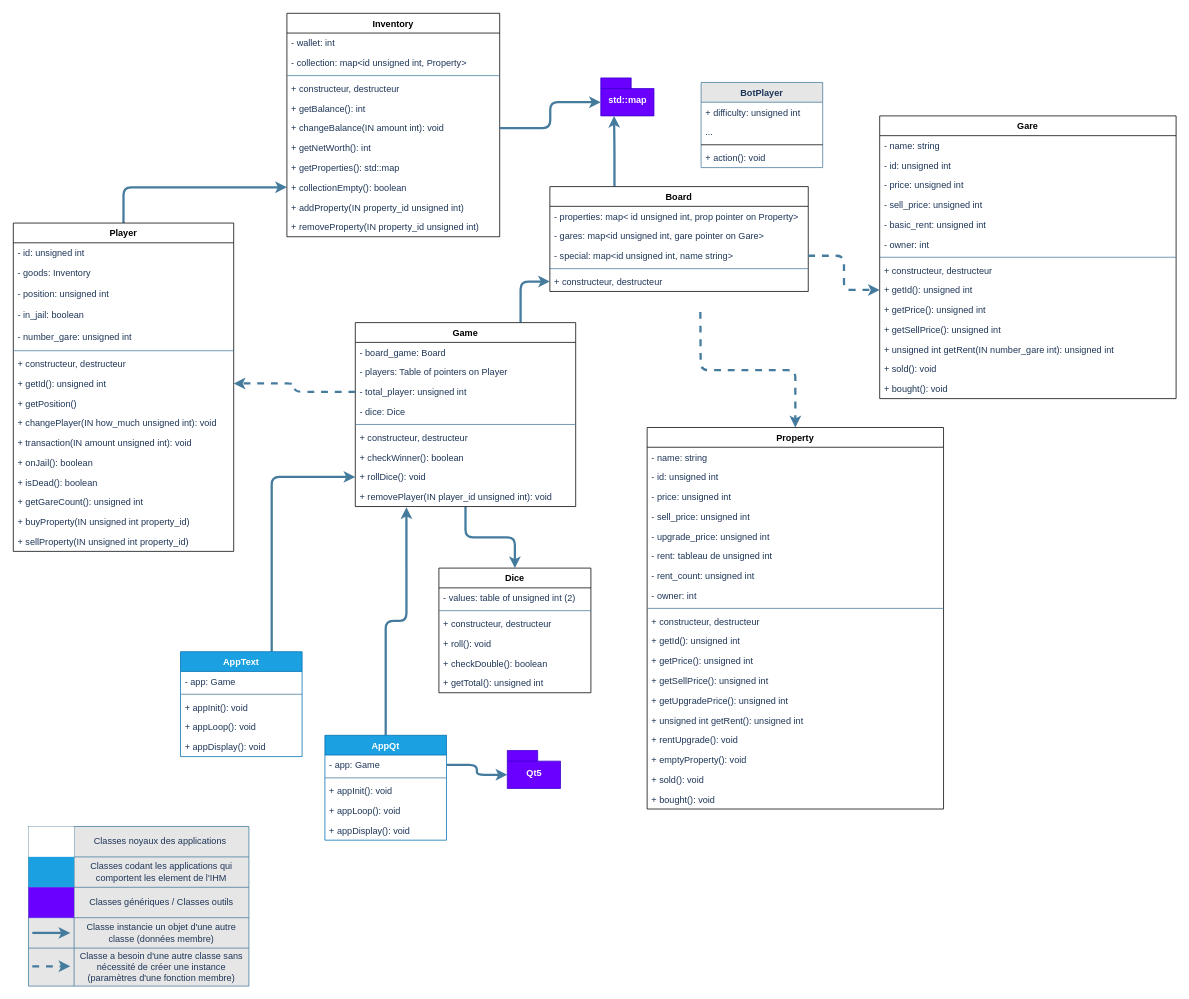
ethinot/Univopoly keeps this draw.io diagram as UML_Univopoly.drawio. Above is the earlier version. Source tidied: cells renumbered, new cells numbered last; positions are measured from the earlier drawing's top-left corner, leaving out a move shared by most shapes. Both pictures are drawn from the tidied source at 76%, with x=0, y=0 at pixel (13, 13).
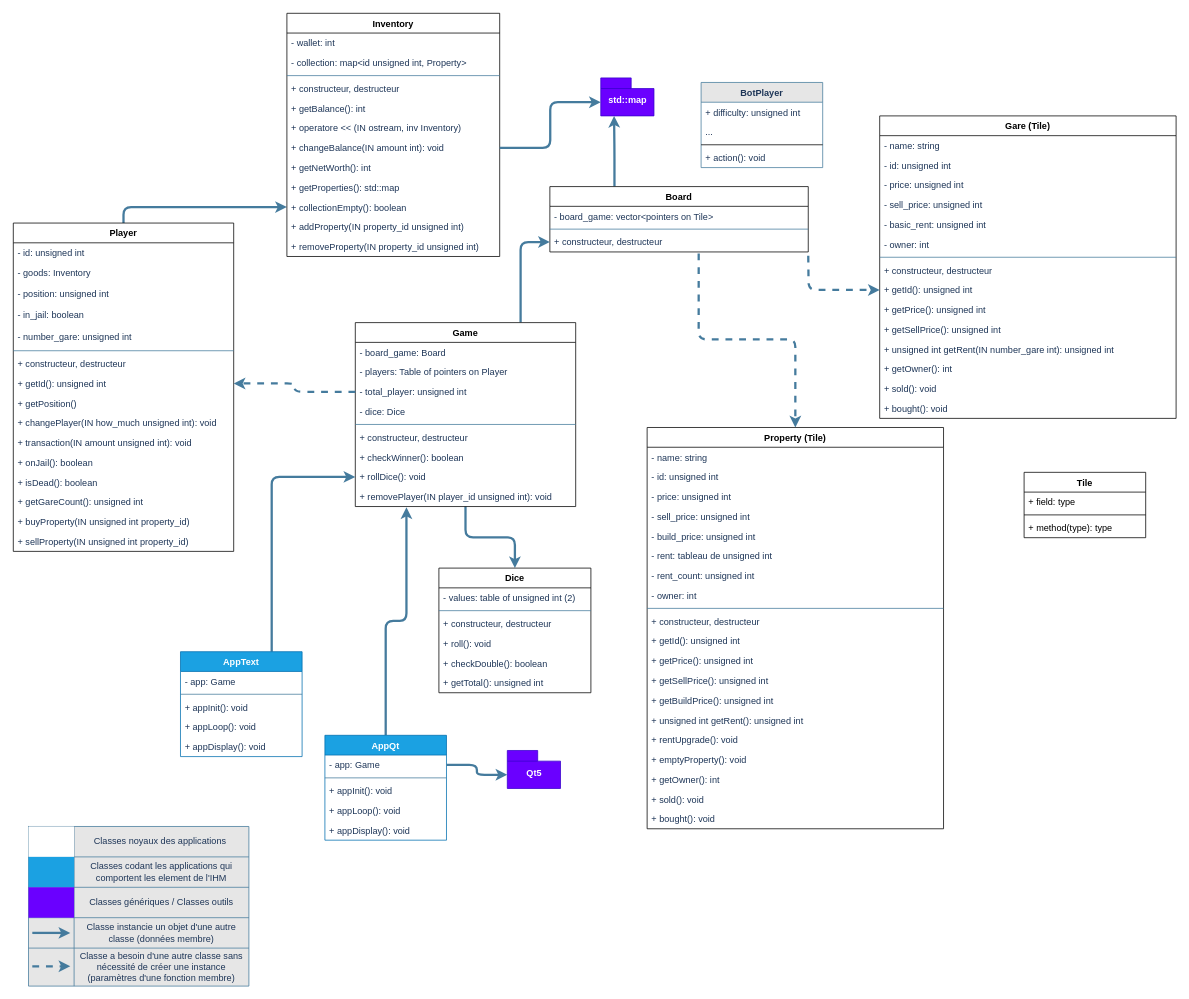
The same page after the edit.

Unchanged cells that the change refers to:
```xml
<mxCell id="129" value="+ getId(): unsigned int" style="text;strokeColor=none;fillColor=none;align=left;verticalAlign=top;spacingLeft=4;spacingRight=4;overflow=hidden;points=[[0,0.5],[1,0.5]];portConstraint=eastwest;fontColor=#1D3557;rounded=0;" parent="120" vertex="1">
  <mxGeometry y="216" width="390" height="26" as="geometry" />
</mxCell>
```

Change to the diagram source:
```diff
@@
     <mxCell id="20" value="Inventory" style="swimlane;fontStyle=1;align=center;verticalAlign=top;horizontal=1;startSize=26;rounded=0;" parent="1" vertex="1">
-      <mxGeometry x="360" width="280" height="294" as="geometry" />
+      <mxGeometry x="360" width="280" height="320" as="geometry" />
     </mxCell>
@@
+    <mxCell id="137" value="+ getBalance(): int" style="text;strokeColor=none;fillColor=none;align=left;verticalAlign=top;spacingLeft=4;spacingRight=4;overflow=hidden;fontColor=#1D3557;rounded=0;" parent="20" vertex="1">
+      <mxGeometry y="112" width="280" height="26" as="geometry" />
+    </mxCell>
-    <mxCell id="25" value="+ getBalance(): int" style="text;strokeColor=none;fillColor=none;align=left;verticalAlign=top;spacingLeft=4;spacingRight=4;overflow=hidden;fontColor=#1D3557;rounded=0;" parent="20" vertex="1">
-      <mxGeometry y="112" width="280" height="26" as="geometry" />
+    <mxCell id="25" value="+ operatore &lt;&lt; (IN ostream, inv Inventory)" style="text;strokeColor=none;fillColor=none;align=left;verticalAlign=top;spacingLeft=4;spacingRight=4;overflow=hidden;fontColor=#1D3557;rounded=0;" parent="20" vertex="1">
+      <mxGeometry y="138" width="280" height="26" as="geometry" />
     </mxCell>
     <mxCell id="26" value="+ changeBalance(IN amount int): void" style="text;strokeColor=none;fillColor=none;align=left;verticalAlign=top;spacingLeft=4;spacingRight=4;overflow=hidden;points=[[0,0.5],[1,0.5]];portConstraint=eastwest;fontColor=#1D3557;rounded=0;" parent="20" vertex="1">
-      <mxGeometry y="138" width="280" height="26" as="geometry" />
+      <mxGeometry y="164" width="280" height="26" as="geometry" />
     </mxCell>
     <mxCell id="27" value="+ getNetWorth(): int" style="text;strokeColor=none;fillColor=none;align=left;verticalAlign=top;spacingLeft=4;spacingRight=4;overflow=hidden;fontColor=#1D3557;rounded=0;" parent="20" vertex="1">
-      <mxGeometry y="164" width="280" height="26" as="geometry" />
+      <mxGeometry y="190" width="280" height="26" as="geometry" />
     </mxCell>
     <mxCell id="28" value="+ getProperties(): std::map" style="text;strokeColor=none;fillColor=none;align=left;verticalAlign=top;spacingLeft=4;spacingRight=4;overflow=hidden;fontColor=#1D3557;rounded=0;" parent="20" vertex="1">
-      <mxGeometry y="190" width="280" height="26" as="geometry" />
+      <mxGeometry y="216" width="280" height="26" as="geometry" />
     </mxCell>
     <mxCell id="29" value="+ collectionEmpty(): boolean" style="text;strokeColor=none;fillColor=none;align=left;verticalAlign=top;spacingLeft=4;spacingRight=4;overflow=hidden;points=[[0,0.5],[1,0.5]];portConstraint=eastwest;fontColor=#1D3557;rounded=0;" parent="20" vertex="1">
-      <mxGeometry y="216" width="280" height="26" as="geometry" />
+      <mxGeometry y="242" width="280" height="26" as="geometry" />
     </mxCell>
     <mxCell id="30" value="+ addProperty(IN property_id unsigned int)" style="text;strokeColor=none;fillColor=none;align=left;verticalAlign=top;spacingLeft=4;spacingRight=4;overflow=hidden;fontColor=#1D3557;rounded=0;" parent="20" vertex="1">
-      <mxGeometry y="242" width="280" height="26" as="geometry" />
+      <mxGeometry y="268" width="280" height="26" as="geometry" />
     </mxCell>
     <mxCell id="31" value="+ removeProperty(IN property_id unsigned int)" style="text;strokeColor=none;fillColor=none;align=left;verticalAlign=top;spacingLeft=4;spacingRight=4;overflow=hidden;fontColor=#1D3557;rounded=0;" parent="20" vertex="1">
-      <mxGeometry y="268" width="280" height="26" as="geometry" />
+      <mxGeometry y="294" width="280" height="26" as="geometry" />
     </mxCell>
-    <mxCell id="32" value="Property" style="swimlane;fontStyle=1;align=center;verticalAlign=top;horizontal=1;startSize=26;rounded=0;" parent="1" vertex="1">
-      <mxGeometry x="834" y="545" width="390" height="502" as="geometry" />
+    <mxCell id="32" value="Property (Tile)" style="swimlane;fontStyle=1;align=center;verticalAlign=top;horizontal=1;startSize=26;rounded=0;" parent="1" vertex="1">
+      <mxGeometry x="834" y="545" width="390" height="528" as="geometry" />
     </mxCell>
@@
-    <mxCell id="37" value="- upgrade_price: unsigned int" style="text;strokeColor=none;fillColor=none;align=left;verticalAlign=top;spacingLeft=4;spacingRight=4;overflow=hidden;fontColor=#1D3557;rounded=0;" parent="32" vertex="1">
+    <mxCell id="37" value="- build_price: unsigned int" style="text;strokeColor=none;fillColor=none;align=left;verticalAlign=top;spacingLeft=4;spacingRight=4;overflow=hidden;fontColor=#1D3557;rounded=0;" parent="32" vertex="1">
       <mxGeometry y="130" width="390" height="26" as="geometry" />
     </mxCell>
@@
-    <mxCell id="46" value="+ getUpgradePrice(): unsigned int" style="text;strokeColor=none;fillColor=none;align=left;verticalAlign=top;spacingLeft=4;spacingRight=4;overflow=hidden;fontColor=#1D3557;rounded=0;" parent="32" vertex="1">
+    <mxCell id="46" value="+ getBuildPrice(): unsigned int" style="text;strokeColor=none;fillColor=none;align=left;verticalAlign=top;spacingLeft=4;spacingRight=4;overflow=hidden;fontColor=#1D3557;rounded=0;" parent="32" vertex="1">
       <mxGeometry y="346" width="390" height="26" as="geometry" />
     </mxCell>
@@
+    <mxCell id="138" value="+ getOwner(): int" style="text;strokeColor=none;fillColor=none;align=left;verticalAlign=top;spacingLeft=4;spacingRight=4;overflow=hidden;fontColor=#1D3557;rounded=0;" parent="32" vertex="1">
+      <mxGeometry y="450" width="390" height="26" as="geometry" />
+    </mxCell>
     <mxCell id="50" value="+ sold(): void" style="text;strokeColor=none;fillColor=none;align=left;verticalAlign=top;spacingLeft=4;spacingRight=4;overflow=hidden;fontColor=#1D3557;rounded=0;" parent="32" vertex="1">
-      <mxGeometry y="450" width="390" height="26" as="geometry" />
+      <mxGeometry y="476" width="390" height="26" as="geometry" />
     </mxCell>
     <mxCell id="51" value="+ bought(): void" style="text;strokeColor=none;fillColor=none;align=left;verticalAlign=top;spacingLeft=4;spacingRight=4;overflow=hidden;fontColor=#1D3557;rounded=0;" parent="32" vertex="1">
-      <mxGeometry y="476" width="390" height="26" as="geometry" />
+      <mxGeometry y="502" width="390" height="26" as="geometry" />
     </mxCell>
@@
     <mxCell id="53" value="Board" style="swimlane;fontStyle=1;align=center;verticalAlign=top;horizontal=1;startSize=26;rounded=0;" parent="1" vertex="1">
-      <mxGeometry x="706" y="228" width="340" height="138" as="geometry" />
+      <mxGeometry x="706" y="228" width="340" height="86" as="geometry" />
     </mxCell>
-    <mxCell id="54" value="- properties: map&lt; id unsigned int, prop pointer on Property&gt;" style="text;strokeColor=none;fillColor=none;align=left;verticalAlign=top;spacingLeft=4;spacingRight=4;overflow=hidden;fontColor=#1D3557;rounded=0;" parent="53" vertex="1">
+    <mxCell id="54" value="- board_game: vector&lt;pointers on Tile&gt;" style="text;strokeColor=none;fillColor=none;align=left;verticalAlign=top;spacingLeft=4;spacingRight=4;overflow=hidden;fontColor=#1D3557;rounded=0;" parent="53" vertex="1">
       <mxGeometry y="26" width="340" height="26" as="geometry" />
     </mxCell>
-    <mxCell id="55" value="- gares: map&lt;id unsigned int, gare pointer on Gare&gt;" style="text;strokeColor=none;fillColor=none;align=left;verticalAlign=top;spacingLeft=4;spacingRight=4;overflow=hidden;fontColor=#1D3557;rounded=0;" parent="53" vertex="1">
-      <mxGeometry y="52" width="340" height="26" as="geometry" />
-    </mxCell>
-    <mxCell id="56" value="- special: map&lt;id unsigned int, name string&gt;" style="text;strokeColor=none;fillColor=none;align=left;verticalAlign=top;spacingLeft=4;spacingRight=4;overflow=hidden;points=[[0,0.5],[1,0.5]];portConstraint=eastwest;fontColor=#1D3557;rounded=0;" parent="53" vertex="1">
-      <mxGeometry y="78" width="340" height="26" as="geometry" />
-    </mxCell>
     <mxCell id="57" style="line;strokeWidth=1;fillColor=none;align=left;verticalAlign=middle;spacingTop=-1;spacingLeft=3;spacingRight=3;labelPosition=right;strokeColor=#457B9D;fontColor=#1D3557;rounded=0;labelBackgroundColor=#F1FAEE;" parent="53" vertex="1">
-      <mxGeometry y="104" width="340" height="8" as="geometry" />
+      <mxGeometry y="52" width="340" height="8" as="geometry" />
     </mxCell>
     <mxCell id="58" value="+ constructeur, destructeur" style="text;strokeColor=none;fillColor=none;align=left;verticalAlign=top;spacingLeft=4;spacingRight=4;overflow=hidden;points=[[0,0.5],[1,0.5]];portConstraint=eastwest;fontColor=#1D3557;rounded=0;" parent="53" vertex="1">
-      <mxGeometry y="112" width="340" height="26" as="geometry" />
+      <mxGeometry y="60" width="340" height="26" as="geometry" />
     </mxCell>
@@
-    <mxCell id="120" value="Gare" style="swimlane;fontStyle=1;align=center;verticalAlign=top;horizontal=1;startSize=26;rounded=0;" parent="1" vertex="1">
-      <mxGeometry x="1140" y="135" width="390" height="372" as="geometry" />
+    <mxCell id="120" value="Gare (Tile)" style="swimlane;fontStyle=1;align=center;verticalAlign=top;horizontal=1;startSize=26;rounded=0;" parent="1" vertex="1">
+      <mxGeometry x="1140" y="135" width="390" height="398" as="geometry" />
     </mxCell>
@@
+    <mxCell id="139" value="+ unsigned int getRent(IN number_gare int): unsigned int" style="text;strokeColor=none;fillColor=none;align=left;verticalAlign=top;spacingLeft=4;spacingRight=4;overflow=hidden;fontColor=#1D3557;rounded=0;" parent="120" vertex="1">
+      <mxGeometry y="294" width="390" height="26" as="geometry" />
+    </mxCell>
-    <mxCell id="132" value="+ unsigned int getRent(IN number_gare int): unsigned int" style="text;strokeColor=none;fillColor=none;align=left;verticalAlign=top;spacingLeft=4;spacingRight=4;overflow=hidden;fontColor=#1D3557;rounded=0;" parent="120" vertex="1">
-      <mxGeometry y="294" width="390" height="26" as="geometry" />
+    <mxCell id="132" value="+ getOwner(): int" style="text;strokeColor=none;fillColor=none;align=left;verticalAlign=top;spacingLeft=4;spacingRight=4;overflow=hidden;fontColor=#1D3557;rounded=0;" parent="120" vertex="1">
+      <mxGeometry y="320" width="390" height="26" as="geometry" />
     </mxCell>
     <mxCell id="133" value="+ sold(): void" style="text;strokeColor=none;fillColor=none;align=left;verticalAlign=top;spacingLeft=4;spacingRight=4;overflow=hidden;fontColor=#1D3557;rounded=0;" parent="120" vertex="1">
-      <mxGeometry y="320" width="390" height="26" as="geometry" />
+      <mxGeometry y="346" width="390" height="26" as="geometry" />
     </mxCell>
     <mxCell id="134" value="+ bought(): void" style="text;strokeColor=none;fillColor=none;align=left;verticalAlign=top;spacingLeft=4;spacingRight=4;overflow=hidden;fontColor=#1D3557;rounded=0;" parent="120" vertex="1">
-      <mxGeometry y="346" width="390" height="26" as="geometry" />
+      <mxGeometry y="372" width="390" height="26" as="geometry" />
     </mxCell>
-    <mxCell id="135" style="edgeStyle=orthogonalEdgeStyle;rounded=1;jettySize=auto;html=1;exitX=1;exitY=0.5;exitDx=0;exitDy=0;entryX=0;entryY=0.5;entryDx=0;entryDy=0;dashed=1;strokeColor=#457B9D;strokeWidth=3;" parent="1" edge="1" source="56" target="129">
-      <mxGeometry relative="1" as="geometry" />
+    <mxCell id="135" style="edgeStyle=orthogonalEdgeStyle;rounded=1;jettySize=auto;html=1;exitX=1;exitY=0.5;exitDx=0;exitDy=0;entryX=0;entryY=0.5;entryDx=0;entryDy=0;dashed=1;strokeColor=#457B9D;strokeWidth=3;" parent="1" edge="1" target="129">
+      <mxGeometry relative="1" as="geometry">
+        <mxPoint x="1046" y="319" as="sourcePoint" />
+      </mxGeometry>
     </mxCell>
-    <mxCell id="136" style="edgeStyle=orthogonalEdgeStyle;rounded=1;jettySize=auto;html=1;entryX=0.5;entryY=0;entryDx=0;entryDy=0;dashed=1;strokeColor=#457B9D;strokeWidth=3;exitX=0.6;exitY=1.038;exitDx=0;exitDy=0;exitPerimeter=0;" parent="1" edge="1" target="32">
+    <mxCell id="136" style="edgeStyle=orthogonalEdgeStyle;rounded=1;jettySize=auto;html=1;entryX=0.5;entryY=0;entryDx=0;entryDy=0;dashed=1;strokeColor=#457B9D;strokeWidth=3;exitX=0.576;exitY=1.08;exitDx=0;exitDy=0;exitPerimeter=0;" parent="1" edge="1" source="58" target="32">
       <mxGeometry relative="1" as="geometry">
-        <mxPoint x="904" y="393" as="sourcePoint" />
+        <Array as="points">
+          <mxPoint x="902" y="429" />
+          <mxPoint x="1029" y="429" />
+        </Array>
       </mxGeometry>
     </mxCell>
+    <mxCell id="140" value="Tile" style="swimlane;fontStyle=1;align=center;verticalAlign=top;horizontal=1;startSize=26;" parent="1" vertex="1">
+      <mxGeometry x="1330" y="604" width="160" height="86" as="geometry" />
+    </mxCell>
+    <mxCell id="141" value="+ field: type" style="text;strokeColor=none;fillColor=none;align=left;verticalAlign=top;spacingLeft=4;spacingRight=4;overflow=hidden;" parent="140" vertex="1">
+      <mxGeometry y="26" width="160" height="26" as="geometry" />
+    </mxCell>
+    <mxCell id="142" style="line;strokeWidth=1;fillColor=none;align=left;verticalAlign=middle;spacingTop=-1;spacingLeft=3;spacingRight=3;labelPosition=right;" parent="140" vertex="1">
+      <mxGeometry y="52" width="160" height="8" as="geometry" />
+    </mxCell>
+    <mxCell id="143" value="+ method(type): type" style="text;strokeColor=none;fillColor=none;align=left;verticalAlign=top;spacingLeft=4;spacingRight=4;overflow=hidden;" parent="140" vertex="1">
+      <mxGeometry y="60" width="160" height="26" as="geometry" />
+    </mxCell>
```
